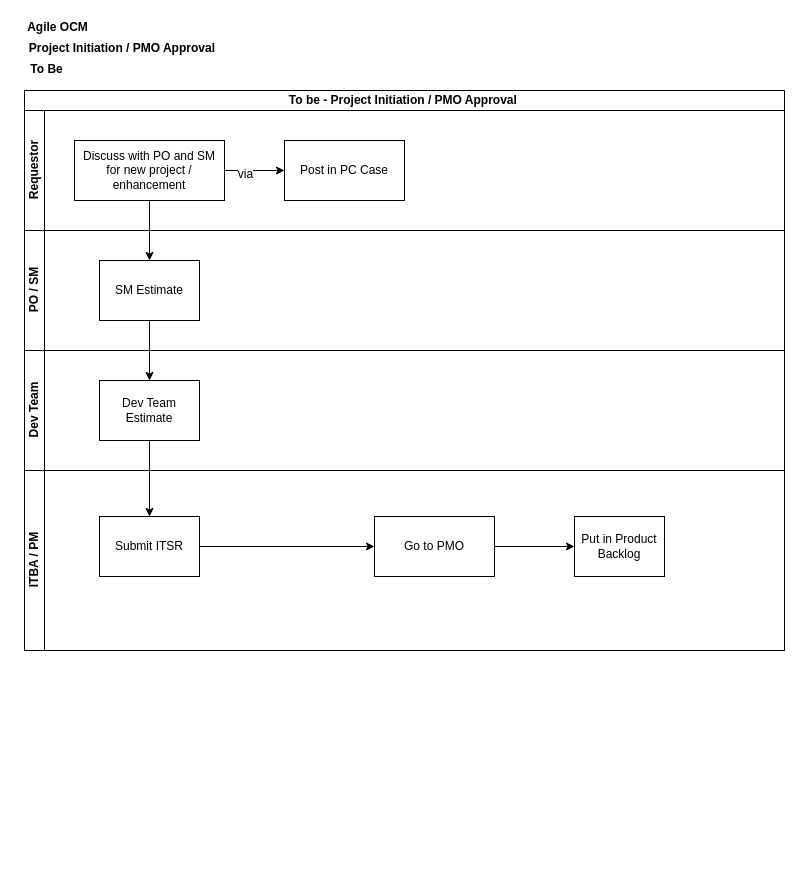
pspluse007/ITBADOC keeps this draw.io diagram as page "Page-2" (2 of 3) of Untitled Diagram.drawio. Above is the earlier version. Source tidied: cells renumbered, new cells numbered last; positions are measured from the earlier drawing's top-left corner, leaving out a move shared by most shapes. Both pictures are drawn from the tidied source at 100%, with x=0, y=0 at pixel (17, 17).
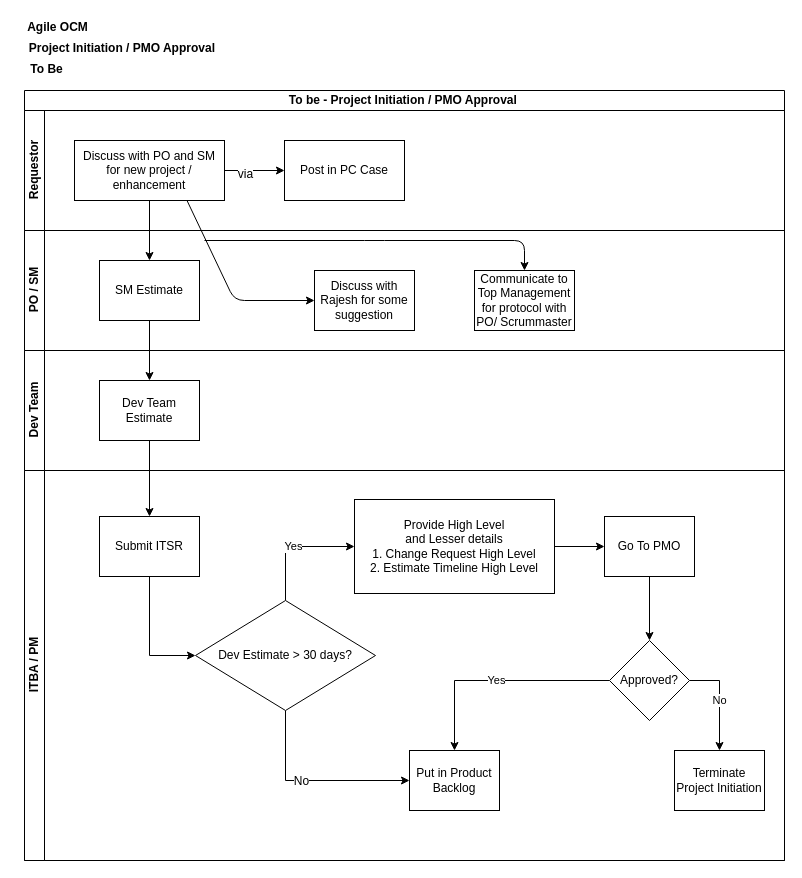
Above is the later version.

Unchanged cells that the change refers to:
```xml
<mxCell id="6" value="Discuss with PO and SM for new project / enhancement" style="rounded=0;whiteSpace=wrap;html=1;" parent="3" vertex="1">
  <mxGeometry x="50" y="30" width="150" height="60" as="geometry" />
</mxCell>
<mxCell id="8" value="PO / SM" style="swimlane;html=1;startSize=20;horizontal=0;" parent="2" vertex="1">
  <mxGeometry y="140" width="760" height="120" as="geometry" />
</mxCell>
<mxCell id="9" value="SM Estimate" style="rounded=0;whiteSpace=wrap;html=1;" parent="8" vertex="1">
  <mxGeometry x="75" y="30" width="100" height="60" as="geometry" />
</mxCell>
<mxCell id="11" value="Dev Team Estimate" style="rounded=0;whiteSpace=wrap;html=1;" parent="10" vertex="1">
  <mxGeometry x="75" y="30" width="100" height="60" as="geometry" />
</mxCell>
<mxCell id="14" value="Submit ITSR" style="rounded=0;whiteSpace=wrap;html=1;" parent="12" vertex="1">
  <mxGeometry x="75" y="46" width="100" height="60" as="geometry" />
</mxCell>
```

Diff of the diagram source:
```diff
@@
     <mxCell id="2" value="To be - Project Initiation / PMO Approval&amp;nbsp;" style="swimlane;html=1;horizontal=1;startSize=20;" parent="1" vertex="1">
-      <mxGeometry x="7" y="73" width="760" height="560" as="geometry" />
+      <mxGeometry x="7" y="73" width="760" height="770" as="geometry" />
     </mxCell>
@@
+    <mxCell id="24" value="Communicate to Top Management for protocol with PO/ Scrummaster" style="rounded=0;whiteSpace=wrap;html=1;" parent="8" vertex="1">
+      <mxGeometry x="450" y="40" width="100" height="60" as="geometry" />
+    </mxCell>
+    <mxCell id="25" value="Discuss with Rajesh for some suggestion" style="rounded=0;whiteSpace=wrap;html=1;" parent="8" vertex="1">
+      <mxGeometry x="290" y="40" width="100" height="60" as="geometry" />
+    </mxCell>
@@
+    <mxCell id="18" style="edgeStyle=orthogonalEdgeStyle;rounded=0;jettySize=auto;html=1;" parent="2" edge="1" source="6" target="9">
+      <mxGeometry relative="1" as="geometry" />
+    </mxCell>
+    <mxCell id="19" style="edgeStyle=orthogonalEdgeStyle;rounded=0;jettySize=auto;html=1;" parent="2" edge="1" source="9" target="11">
+      <mxGeometry relative="1" as="geometry" />
+    </mxCell>
+    <mxCell id="20" style="edgeStyle=orthogonalEdgeStyle;rounded=0;jettySize=auto;html=1;" parent="2" edge="1" source="11" target="14">
+      <mxGeometry relative="1" as="geometry" />
+    </mxCell>
     <mxCell id="12" value="ITBA / PM" style="swimlane;html=1;startSize=20;horizontal=0;" parent="2" vertex="1">
-      <mxGeometry y="380" width="760" height="180" as="geometry" />
+      <mxGeometry y="380" width="760" height="390" as="geometry" />
     </mxCell>
-    <mxCell id="13" style="edgeStyle=orthogonalEdgeStyle;rounded=0;jettySize=auto;html=1;" parent="12" edge="1" source="14" target="16">
-      <mxGeometry relative="1" as="geometry" />
-    </mxCell>
+    <mxCell id="26" style="edgeStyle=orthogonalEdgeStyle;rounded=0;jettySize=auto;html=1;entryX=0;entryY=0.5;entryDx=0;entryDy=0;exitX=0.5;exitY=1;exitDx=0;exitDy=0;" parent="12" edge="1" source="14" target="33">
+      <mxGeometry relative="1" as="geometry" />
+    </mxCell>
@@
-    <mxCell id="16" value="Go to PMO&lt;br&gt;" style="rounded=0;whiteSpace=wrap;html=1;" parent="12" vertex="1">
-      <mxGeometry x="350" y="46" width="120" height="60" as="geometry" />
+    <mxCell id="16" value="Provide High Level &lt;br&gt;and Lesser details&lt;br&gt;1. Change Request High Level&lt;br&gt;2. Estimate Timeline High Level" style="rounded=0;whiteSpace=wrap;html=1;" parent="12" vertex="1">
+      <mxGeometry x="330" y="29" width="200" height="94" as="geometry" />
     </mxCell>
+    <mxCell id="27" value="Yes" style="edgeStyle=orthogonalEdgeStyle;rounded=0;jettySize=auto;html=1;exitX=0;exitY=0.5;exitDx=0;exitDy=0;" parent="12" edge="1" source="35" target="29">
+      <mxGeometry relative="1" as="geometry" />
+    </mxCell>
+    <mxCell id="28" style="edgeStyle=orthogonalEdgeStyle;rounded=0;jettySize=auto;html=1;" parent="12" edge="1" source="17" target="35">
+      <mxGeometry relative="1" as="geometry" />
+    </mxCell>
-    <mxCell id="17" value="Put in Product Backlog" style="rounded=0;whiteSpace=wrap;html=1;" parent="12" vertex="1">
-      <mxGeometry x="550" y="46" width="90" height="60" as="geometry" />
+    <mxCell id="17" value="Go To PMO" style="rounded=0;whiteSpace=wrap;html=1;" parent="12" vertex="1">
+      <mxGeometry x="580" y="46" width="90" height="60" as="geometry" />
     </mxCell>
-    <mxCell id="18" style="edgeStyle=orthogonalEdgeStyle;rounded=0;jettySize=auto;html=1;" parent="2" edge="1" source="6" target="9">
-      <mxGeometry relative="1" as="geometry" />
-    </mxCell>
-    <mxCell id="19" style="edgeStyle=orthogonalEdgeStyle;rounded=0;jettySize=auto;html=1;" parent="2" edge="1" source="9" target="11">
-      <mxGeometry relative="1" as="geometry" />
-    </mxCell>
-    <mxCell id="20" style="edgeStyle=orthogonalEdgeStyle;rounded=0;jettySize=auto;html=1;" parent="2" edge="1" source="11" target="14">
-      <mxGeometry relative="1" as="geometry" />
-    </mxCell>
+    <mxCell id="29" value="Put in Product Backlog" style="rounded=0;whiteSpace=wrap;html=1;" parent="12" vertex="1">
+      <mxGeometry x="385" y="280" width="90" height="60" as="geometry" />
+    </mxCell>
+    <mxCell id="30" value="Yes" style="edgeStyle=orthogonalEdgeStyle;rounded=0;jettySize=auto;html=1;entryX=0;entryY=0.5;entryDx=0;entryDy=0;" parent="12" edge="1" source="33" target="16">
+      <mxGeometry relative="1" as="geometry">
+        <Array as="points">
+          <mxPoint x="261" y="76" />
+        </Array>
+      </mxGeometry>
+    </mxCell>
+    <mxCell id="31" style="edgeStyle=orthogonalEdgeStyle;rounded=0;jettySize=auto;html=1;entryX=0;entryY=0.5;entryDx=0;entryDy=0;exitX=0.5;exitY=1;exitDx=0;exitDy=0;" parent="12" edge="1" source="33" target="29">
+      <mxGeometry relative="1" as="geometry" />
+    </mxCell>
+    <mxCell id="32" value="No" style="text;html=1;align=center;verticalAlign=middle;labelBackgroundColor=#ffffff;" parent="31" vertex="1">
+      <mxGeometry x="-0.28" y="15" relative="1" as="geometry">
+        <mxPoint x="15" y="15" as="offset" />
+      </mxGeometry>
+    </mxCell>
+    <mxCell id="33" value="Dev Estimate &amp;gt; 30 days?" style="rhombus;whiteSpace=wrap;html=1;" parent="12" vertex="1">
+      <mxGeometry x="171" y="130" width="180" height="110" as="geometry" />
+    </mxCell>
+    <mxCell id="34" value="No" style="edgeStyle=orthogonalEdgeStyle;rounded=0;jettySize=auto;html=1;entryX=0.5;entryY=0;entryDx=0;entryDy=0;exitX=1;exitY=0.5;exitDx=0;exitDy=0;" parent="12" edge="1" source="35" target="36">
+      <mxGeometry relative="1" as="geometry" />
+    </mxCell>
+    <mxCell id="35" value="Approved?" style="rhombus;whiteSpace=wrap;html=1;" parent="12" vertex="1">
+      <mxGeometry x="585" y="170" width="80" height="80" as="geometry" />
+    </mxCell>
+    <mxCell id="36" value="Terminate Project Initiation" style="rounded=0;whiteSpace=wrap;html=1;" parent="12" vertex="1">
+      <mxGeometry x="650" y="280" width="90" height="60" as="geometry" />
+    </mxCell>
+    <mxCell id="37" style="endArrow=classic;html=1;entryX=0;entryY=0.5;entryDx=0;entryDy=0;exitX=0.75;exitY=1;exitDx=0;exitDy=0;" parent="2" edge="1" source="6" target="25">
+      <mxGeometry relative="1" as="geometry">
+        <Array as="points">
+          <mxPoint x="210" y="210" />
+        </Array>
+      </mxGeometry>
+    </mxCell>
@@
+    <mxCell id="38" style="endArrow=classic;html=1;entryX=0.5;entryY=0;entryDx=0;entryDy=0;" parent="1" edge="1" target="24">
+      <mxGeometry relative="1" as="geometry">
+        <mxPoint x="187" y="223" as="sourcePoint" />
+        <Array as="points">
+          <mxPoint x="357" y="223" />
+          <mxPoint x="507" y="223" />
+        </Array>
+      </mxGeometry>
+    </mxCell>
```
